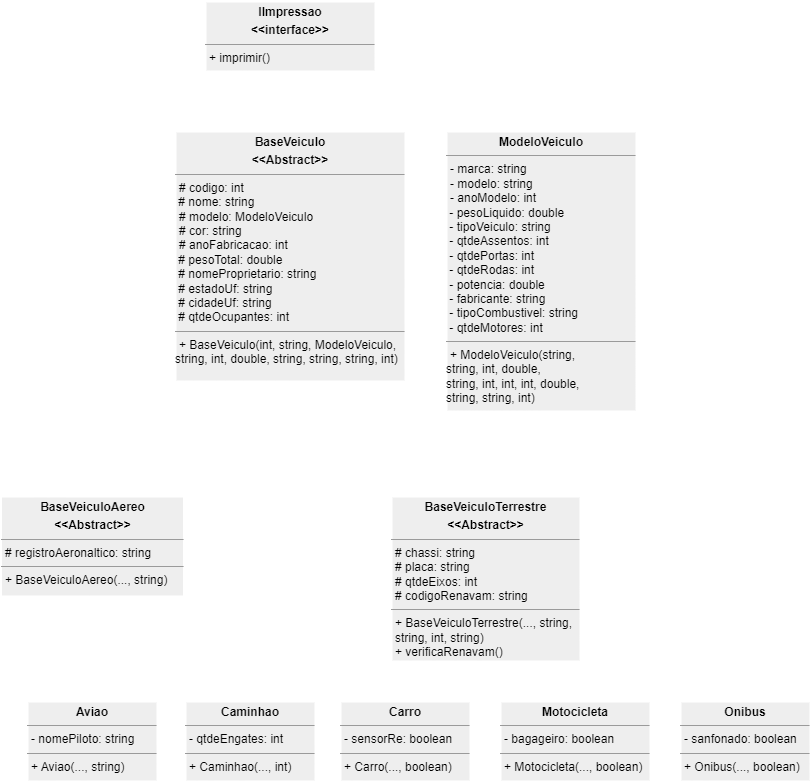
Before: AULA-05/Atividade/docs/UML - Veiculos.drawio.png, a diagram exported from draw.io (diogoJoseFreitas/UNIDERP-2023.2-LOO). Source tidied: cells renumbered, new cells last; positions are measured from the earlier drawing's top-left corner, leaving out a move shared by most shapes.
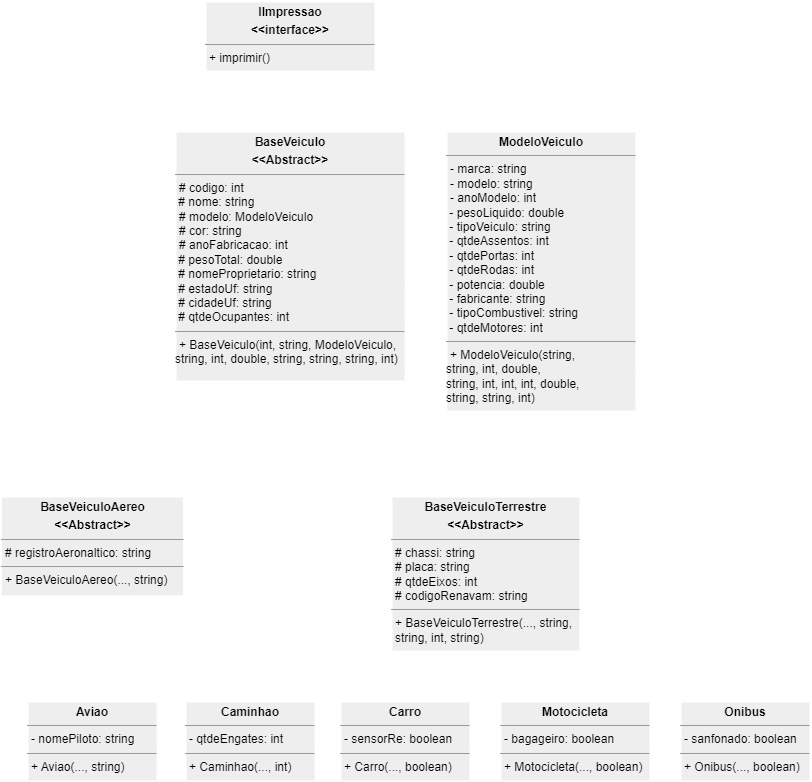
After the commit.

The edit, as a diff of the source:
```diff
@@ -11,8 +11,8 @@
     <mxCell id="4" style="edgeStyle=elbowEdgeStyle;sketch=0;html=1;strokeColor=#FFFFFF;strokeWidth=2;fontColor=#000000;elbow=vertical;rounded=0;" parent="1" edge="1" source="5" target="7">
       <mxGeometry relative="1" as="geometry" />
     </mxCell>
-    <mxCell id="5" value="&lt;p style=&quot;margin:0px;margin-top:4px;text-align:center;&quot;&gt;&lt;b&gt;BaseVeiculoTerrestre&lt;/b&gt;&lt;/p&gt;&lt;p style=&quot;margin:0px;margin-top:4px;text-align:center;&quot;&gt;&lt;b&gt;&amp;lt;&amp;lt;Abstract&amp;gt;&amp;gt;&lt;/b&gt;&lt;/p&gt;&lt;hr size=&quot;1&quot;&gt;&lt;p style=&quot;margin:0px;margin-left:4px;&quot;&gt;# chassi: string&lt;/p&gt;&lt;p style=&quot;margin:0px;margin-left:4px;&quot;&gt;# placa: string&lt;/p&gt;&lt;p style=&quot;margin:0px;margin-left:4px;&quot;&gt;# qtdeEixos: int&lt;/p&gt;&lt;p style=&quot;margin:0px;margin-left:4px;&quot;&gt;# codigoRenavam: string&lt;/p&gt;&lt;hr size=&quot;1&quot;&gt;&lt;p style=&quot;margin:0px;margin-left:4px;&quot;&gt;&lt;span style=&quot;background-color: initial;&quot;&gt;+ BaseVeiculoTerrestre(..., string,&lt;/span&gt;&lt;/p&gt;&lt;p style=&quot;margin:0px;margin-left:4px;&quot;&gt;&lt;span style=&quot;background-color: initial;&quot;&gt;string, int,&amp;nbsp;&lt;/span&gt;&lt;span style=&quot;background-color: initial;&quot;&gt;string)&lt;/span&gt;&lt;/p&gt;&lt;p style=&quot;margin:0px;margin-left:4px;&quot;&gt;+ verificaRenavam()&lt;/p&gt;" style="verticalAlign=top;align=left;overflow=fill;fontSize=12;fontFamily=Helvetica;html=1;rounded=0;fillColor=#eeeeee;strokeColor=#FFFFFF;fontColor=#000000;strokeWidth=2;" parent="1" vertex="1">
-      <mxGeometry x="391" y="495" width="189" height="165" as="geometry" />
+    <mxCell id="5" value="&lt;p style=&quot;margin:0px;margin-top:4px;text-align:center;&quot;&gt;&lt;b&gt;BaseVeiculoTerrestre&lt;/b&gt;&lt;/p&gt;&lt;p style=&quot;margin:0px;margin-top:4px;text-align:center;&quot;&gt;&lt;b&gt;&amp;lt;&amp;lt;Abstract&amp;gt;&amp;gt;&lt;/b&gt;&lt;/p&gt;&lt;hr size=&quot;1&quot;&gt;&lt;p style=&quot;margin:0px;margin-left:4px;&quot;&gt;# chassi: string&lt;/p&gt;&lt;p style=&quot;margin:0px;margin-left:4px;&quot;&gt;# placa: string&lt;/p&gt;&lt;p style=&quot;margin:0px;margin-left:4px;&quot;&gt;# qtdeEixos: int&lt;/p&gt;&lt;p style=&quot;margin:0px;margin-left:4px;&quot;&gt;# codigoRenavam: string&lt;/p&gt;&lt;hr size=&quot;1&quot;&gt;&lt;p style=&quot;margin:0px;margin-left:4px;&quot;&gt;&lt;span style=&quot;background-color: initial;&quot;&gt;+ BaseVeiculoTerrestre(..., string,&lt;/span&gt;&lt;/p&gt;&lt;p style=&quot;margin:0px;margin-left:4px;&quot;&gt;&lt;span style=&quot;background-color: initial;&quot;&gt;string, int,&amp;nbsp;&lt;/span&gt;&lt;span style=&quot;background-color: initial;&quot;&gt;string)&lt;/span&gt;&lt;/p&gt;" style="verticalAlign=top;align=left;overflow=fill;fontSize=12;fontFamily=Helvetica;html=1;rounded=0;fillColor=#eeeeee;strokeColor=#FFFFFF;fontColor=#000000;strokeWidth=2;" parent="1" vertex="1">
+      <mxGeometry x="391" y="495" width="189" height="155" as="geometry" />
     </mxCell>
     <mxCell id="6" style="edgeStyle=elbowEdgeStyle;rounded=0;sketch=0;elbow=vertical;html=1;entryX=0.5;entryY=1;entryDx=0;entryDy=0;strokeColor=#FFFFFF;strokeWidth=2;fontColor=#000000;" parent="1" edge="1" source="7" target="10">
       <mxGeometry relative="1" as="geometry" />
```
